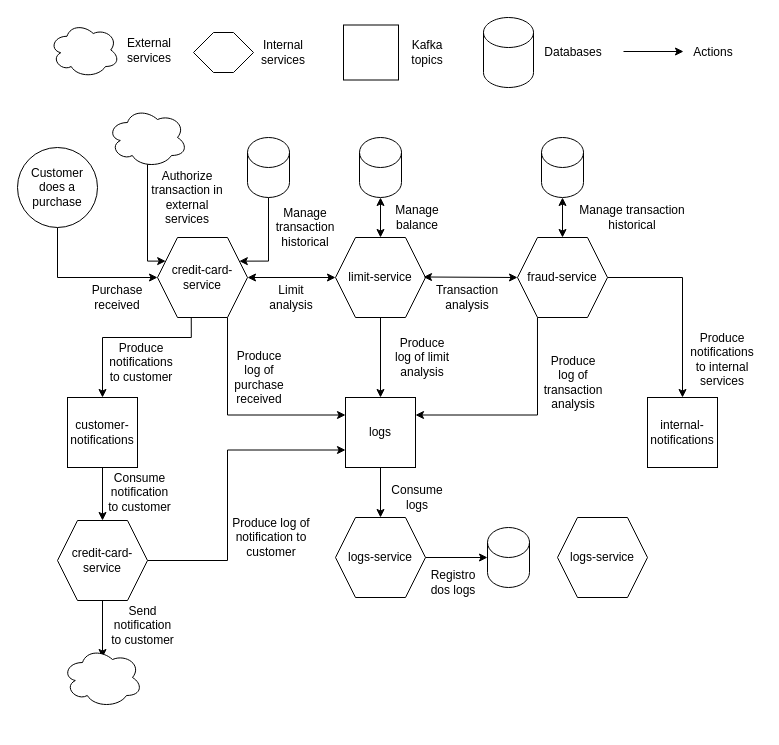
Above: diagrams/Untitled Diagram.drawio in jeff-dias/credit-card-diagrams (draw.io), before the change. Source tidied: cells renumbered, new cells numbered last; positions are measured from the earlier drawing's top-left corner, leaving out a move shared by most shapes. Both pictures are drawn from the tidied source at 100%, with x=0, y=0 at pixel (17, 17).
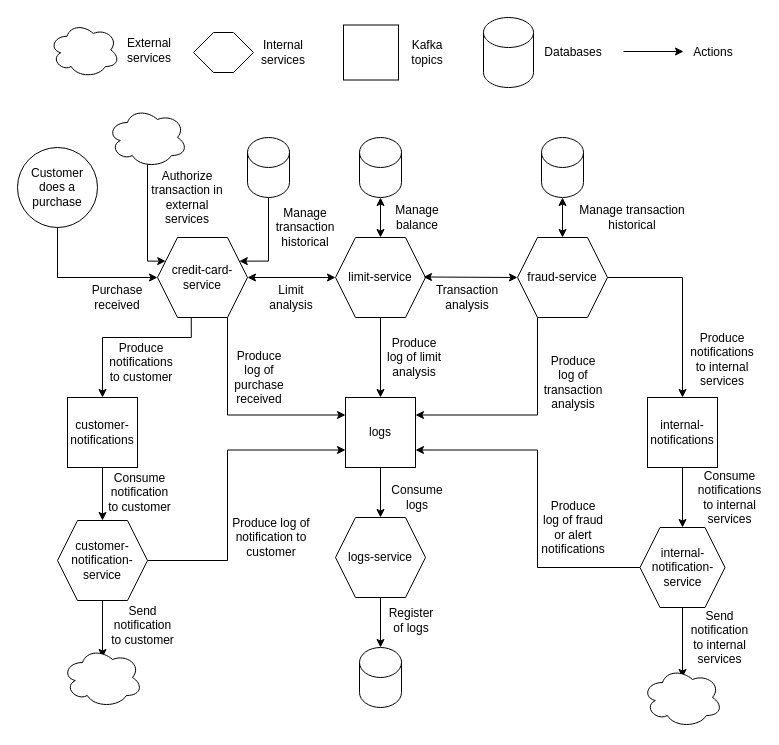
The same page after the edit.

Unchanged cells that the change refers to:
```xml
<mxCell id="21" value="logs" style="whiteSpace=wrap;html=1;" parent="1" vertex="1">
  <mxGeometry x="328" y="380" width="70" height="70" as="geometry" />
</mxCell>
<mxCell id="36" value="logs-service" style="shape=hexagon;perimeter=hexagonPerimeter2;whiteSpace=wrap;html=1;fixedSize=1;" parent="1" vertex="1">
  <mxGeometry x="318" y="500" width="90" height="80" as="geometry" />
</mxCell>
<mxCell id="43" value="internal-notifications" style="whiteSpace=wrap;html=1;" parent="1" vertex="1">
  <mxGeometry x="630" y="380" width="70" height="70" as="geometry" />
</mxCell>
```

The edit, as a diff of the source:
```diff
@@
     <mxCell id="33" value="Produce log of limit analysis" style="text;html=1;strokeColor=none;fillColor=none;align=center;verticalAlign=middle;whiteSpace=wrap;rounded=0;" parent="1" vertex="1">
-      <mxGeometry x="372" y="330" width="66" height="20" as="geometry" />
+      <mxGeometry x="364" y="330" width="66" height="20" as="geometry" />
     </mxCell>
@@
-    <mxCell id="35" style="edgeStyle=orthogonalEdgeStyle;rounded=0;jettySize=auto;html=1;exitX=1;exitY=0.5;exitDx=0;exitDy=0;" parent="1" edge="1" source="36" target="39">
+    <mxCell id="35" style="edgeStyle=orthogonalEdgeStyle;rounded=0;jettySize=auto;html=1;exitX=0.5;exitY=1;exitDx=0;exitDy=0;" parent="1" edge="1" source="36" target="39">
       <mxGeometry relative="1" as="geometry" />
     </mxCell>
@@
     <mxCell id="39" style="shape=cylinder3;whiteSpace=wrap;html=1;boundedLbl=1;backgroundOutline=1;size=15;" parent="1" vertex="1">
-      <mxGeometry x="470" y="510" width="42" height="60" as="geometry" />
+      <mxGeometry x="342" y="630" width="42" height="60" as="geometry" />
     </mxCell>
-    <mxCell id="40" value="Registro dos logs" style="text;html=1;strokeColor=none;fillColor=none;align=center;verticalAlign=middle;whiteSpace=wrap;rounded=0;" parent="1" vertex="1">
-      <mxGeometry x="408" y="555" width="56" height="20" as="geometry" />
+    <mxCell id="40" value="Register of logs" style="text;html=1;strokeColor=none;fillColor=none;align=center;verticalAlign=middle;whiteSpace=wrap;rounded=0;" parent="1" vertex="1">
+      <mxGeometry x="366" y="593" width="56" height="20" as="geometry" />
     </mxCell>
@@
+    <mxCell id="62" style="edgeStyle=orthogonalEdgeStyle;rounded=0;jettySize=auto;html=1;exitX=0.5;exitY=1;exitDx=0;exitDy=0;entryX=0.5;entryY=0;entryDx=0;entryDy=0;" parent="1" edge="1" source="43" target="47">
+      <mxGeometry relative="1" as="geometry" />
+    </mxCell>
@@
-    <mxCell id="46" value="credit-card-service" style="shape=hexagon;perimeter=hexagonPerimeter2;whiteSpace=wrap;html=1;fixedSize=1;" parent="1" vertex="1">
+    <mxCell id="46" value="customer-notification-service" style="shape=hexagon;perimeter=hexagonPerimeter2;whiteSpace=wrap;html=1;fixedSize=1;" parent="1" vertex="1">
       <mxGeometry x="40" y="503" width="90" height="80" as="geometry" />
     </mxCell>
+    <mxCell id="63" style="edgeStyle=orthogonalEdgeStyle;rounded=0;jettySize=auto;html=1;exitX=0;exitY=0.5;exitDx=0;exitDy=0;entryX=1;entryY=0.75;entryDx=0;entryDy=0;" parent="1" edge="1" source="47" target="21">
+      <mxGeometry relative="1" as="geometry">
+        <Array as="points">
+          <mxPoint x="520" y="550" />
+          <mxPoint x="520" y="433" />
+        </Array>
+      </mxGeometry>
+    </mxCell>
+    <mxCell id="64" style="edgeStyle=orthogonalEdgeStyle;rounded=0;jettySize=auto;html=1;exitX=0.5;exitY=1;exitDx=0;exitDy=0;entryX=0.5;entryY=0.167;entryDx=0;entryDy=0;entryPerimeter=0;" parent="1" edge="1" source="47" target="67">
+      <mxGeometry relative="1" as="geometry" />
+    </mxCell>
-    <mxCell id="47" value="logs-service" style="shape=hexagon;perimeter=hexagonPerimeter2;whiteSpace=wrap;html=1;fixedSize=1;" parent="1" vertex="1">
-      <mxGeometry x="540" y="500" width="90" height="80" as="geometry" />
+    <mxCell id="47" value="internal-notification-service" style="shape=hexagon;perimeter=hexagonPerimeter2;whiteSpace=wrap;html=1;fixedSize=1;" parent="1" vertex="1">
+      <mxGeometry x="622.5" y="510" width="85" height="80" as="geometry" />
     </mxCell>
@@
+    <mxCell id="65" value="Produce log of fraud or alert notifications" style="text;html=1;strokeColor=none;fillColor=none;align=center;verticalAlign=middle;whiteSpace=wrap;rounded=0;" parent="1" vertex="1">
+      <mxGeometry x="525" y="500" width="62" height="20" as="geometry" />
+    </mxCell>
+    <mxCell id="66" value="Consume notifications to internal services" style="text;html=1;strokeColor=none;fillColor=none;align=center;verticalAlign=middle;whiteSpace=wrap;rounded=0;" parent="1" vertex="1">
+      <mxGeometry x="685" y="470" width="55" height="20" as="geometry" />
+    </mxCell>
+    <mxCell id="67" style="ellipse;shape=cloud;whiteSpace=wrap;html=1;" parent="1" vertex="1">
+      <mxGeometry x="625" y="650" width="80" height="60" as="geometry" />
+    </mxCell>
+    <mxCell id="68" value="Send notification to internal services" style="text;html=1;strokeColor=none;fillColor=none;align=center;verticalAlign=middle;whiteSpace=wrap;rounded=0;" parent="1" vertex="1">
+      <mxGeometry x="670" y="610" width="65" height="20" as="geometry" />
+    </mxCell>
```
